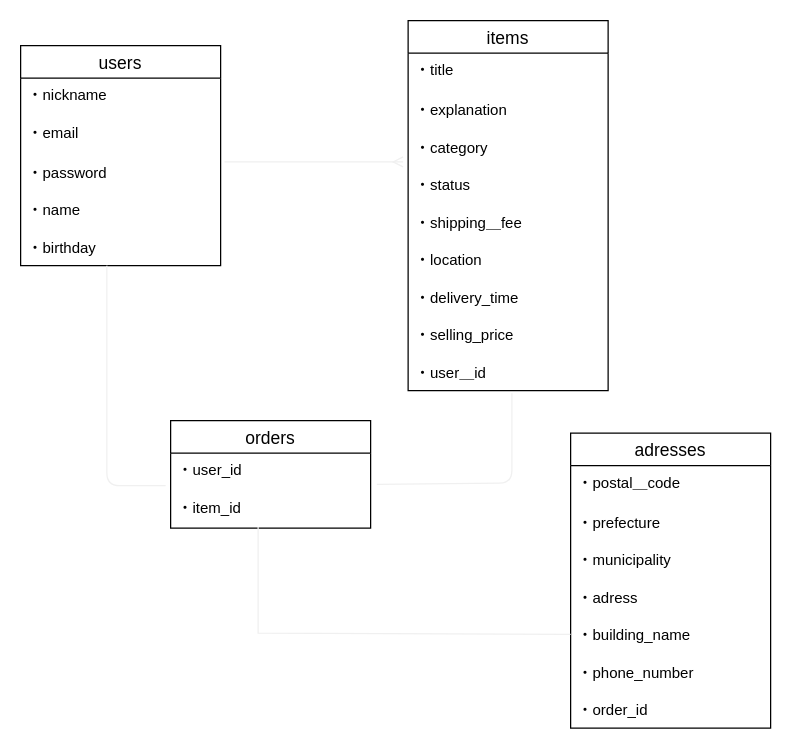
Before: Er.dio in seiyadaiki/furima-31185, a draw.io diagram. Source tidied: cells renumbered, new cells numbered last; positions are measured from the earlier drawing's top-left corner, leaving out a move shared by most shapes. Both pictures are drawn from the tidied source at 125%, with x=0, y=0 at pixel (20, 20).
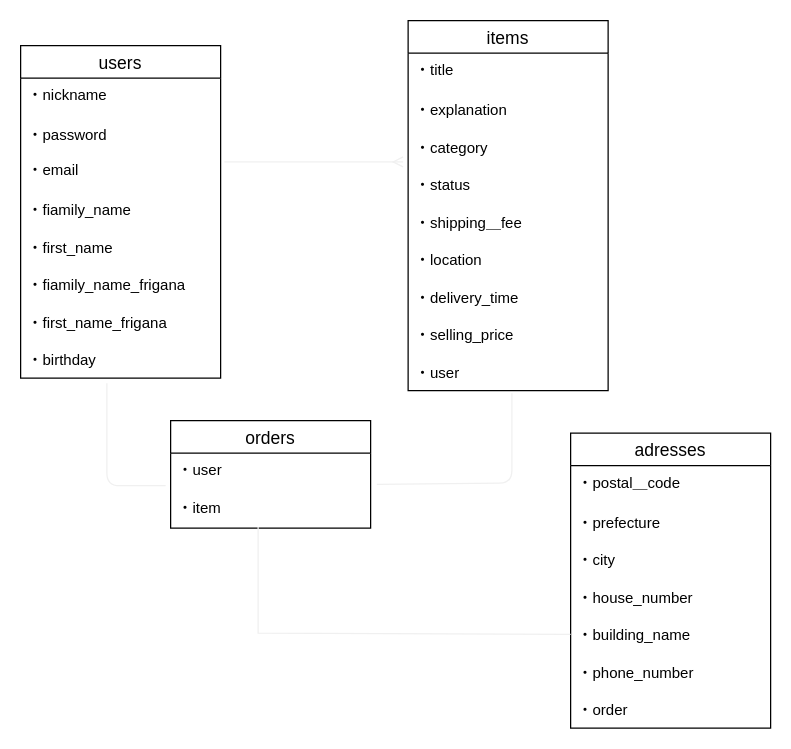
The same diagram, later.

Commit message (it also covers changes not shown here):
データベース設計の修正

Unchanged cells that the change refers to:
```xml
<mxCell id="8" value="items" style="swimlane;fontStyle=0;horizontal=1;startSize=26;align=center;fontSize=14;" parent="1" vertex="1">
  <mxGeometry x="310" width="160" height="296" as="geometry" />
</mxCell>
<mxCell id="11" value="・category" style="text;strokeColor=none;fillColor=none;spacingLeft=4;spacingRight=4;overflow=hidden;points=[[0,0.5],[1,0.5]];portConstraint=eastwest;fontSize=12;verticalAlign=middle;" parent="8" vertex="1">
  <mxGeometry y="86" width="160" height="30" as="geometry" />
</mxCell>
<mxCell id="18" value="orders" style="swimlane;fontStyle=0;horizontal=1;startSize=26;align=center;fontSize=14;" parent="1" vertex="1">
  <mxGeometry x="120" y="320" width="160" height="86" as="geometry" />
</mxCell>
<mxCell id="21" value="adresses" style="swimlane;fontStyle=0;horizontal=1;startSize=26;align=center;fontSize=14;" parent="1" vertex="1">
  <mxGeometry x="440" y="330" width="160" height="236" as="geometry" />
</mxCell>
```

What changed in the source:
```diff
@@
     <mxCell id="2" value="users" style="swimlane;fontStyle=0;horizontal=1;startSize=26;align=center;fontSize=14;" parent="1" vertex="1">
-      <mxGeometry y="20" width="160" height="176" as="geometry" />
+      <mxGeometry y="20" width="160" height="266" as="geometry" />
     </mxCell>
@@
+    <mxCell id="5" value="・password" style="text;strokeColor=none;fillColor=none;spacingLeft=4;spacingRight=4;overflow=hidden;points=[[0,0.5],[1,0.5]];portConstraint=eastwest;fontSize=12;verticalAlign=middle;" parent="2" vertex="1">
+      <mxGeometry y="56" width="160" height="30" as="geometry" />
+    </mxCell>
     <mxCell id="4" value="・email" style="text;strokeColor=none;fillColor=none;spacingLeft=4;spacingRight=4;overflow=hidden;fontSize=12;" parent="2" vertex="1">
-      <mxGeometry y="56" width="160" height="30" as="geometry" />
+      <mxGeometry y="86" width="160" height="30" as="geometry" />
     </mxCell>
-    <mxCell id="5" value="・password" style="text;strokeColor=none;fillColor=none;spacingLeft=4;spacingRight=4;overflow=hidden;points=[[0,0.5],[1,0.5]];portConstraint=eastwest;fontSize=12;verticalAlign=middle;" parent="2" vertex="1">
-      <mxGeometry y="86" width="160" height="30" as="geometry" />
-    </mxCell>
-    <mxCell id="6" value="・name" style="text;strokeColor=none;fillColor=none;spacingLeft=4;spacingRight=4;overflow=hidden;fontSize=12;verticalAlign=middle;" parent="2" vertex="1">
+    <mxCell id="6" value="・fiamily_name" style="text;strokeColor=none;fillColor=none;spacingLeft=4;spacingRight=4;overflow=hidden;fontSize=12;verticalAlign=middle;" parent="2" vertex="1">
       <mxGeometry y="116" width="160" height="30" as="geometry" />
     </mxCell>
-    <mxCell id="7" value="・birthday" style="text;strokeColor=none;fillColor=none;spacingLeft=4;spacingRight=4;overflow=hidden;points=[[0,0.5],[1,0.5]];portConstraint=eastwest;fontSize=12;verticalAlign=middle;" parent="2" vertex="1">
+    <mxCell id="7" value="・first_name" style="text;strokeColor=none;fillColor=none;spacingLeft=4;spacingRight=4;overflow=hidden;points=[[0,0.5],[1,0.5]];portConstraint=eastwest;fontSize=12;verticalAlign=middle;" parent="2" vertex="1">
       <mxGeometry y="146" width="160" height="30" as="geometry" />
     </mxCell>
+    <mxCell id="33" value="・fiamily_name_frigana" style="text;strokeColor=none;fillColor=none;spacingLeft=4;spacingRight=4;overflow=hidden;fontSize=12;verticalAlign=middle;" parent="2" vertex="1">
+      <mxGeometry y="176" width="160" height="30" as="geometry" />
+    </mxCell>
+    <mxCell id="34" value="・first_name_frigana" style="text;strokeColor=none;fillColor=none;spacingLeft=4;spacingRight=4;overflow=hidden;fontSize=12;verticalAlign=middle;" parent="2" vertex="1">
+      <mxGeometry y="206" width="160" height="30" as="geometry" />
+    </mxCell>
+    <mxCell id="35" value="・birthday" style="text;strokeColor=none;fillColor=none;spacingLeft=4;spacingRight=4;overflow=hidden;fontSize=12;verticalAlign=middle;" parent="2" vertex="1">
+      <mxGeometry y="236" width="160" height="30" as="geometry" />
+    </mxCell>
@@
-    <mxCell id="17" value="・user＿id" style="text;strokeColor=none;fillColor=none;spacingLeft=4;spacingRight=4;overflow=hidden;points=[[0,0.5],[1,0.5]];portConstraint=eastwest;fontSize=12;verticalAlign=middle;" parent="8" vertex="1">
+    <mxCell id="17" value="・user" style="text;strokeColor=none;fillColor=none;spacingLeft=4;spacingRight=4;overflow=hidden;points=[[0,0.5],[1,0.5]];portConstraint=eastwest;fontSize=12;verticalAlign=middle;" parent="8" vertex="1">
       <mxGeometry y="266" width="160" height="30" as="geometry" />
     </mxCell>
@@
-    <mxCell id="19" value="・user_id" style="text;strokeColor=none;fillColor=none;spacingLeft=4;spacingRight=4;overflow=hidden;points=[[0,0.5],[1,0.5]];portConstraint=eastwest;fontSize=12;" parent="18" vertex="1">
+    <mxCell id="19" value="・user" style="text;strokeColor=none;fillColor=none;spacingLeft=4;spacingRight=4;overflow=hidden;points=[[0,0.5],[1,0.5]];portConstraint=eastwest;fontSize=12;" parent="18" vertex="1">
       <mxGeometry y="26" width="160" height="30" as="geometry" />
     </mxCell>
-    <mxCell id="20" value="・item_id" style="text;strokeColor=none;fillColor=none;spacingLeft=4;spacingRight=4;overflow=hidden;fontSize=12;" parent="18" vertex="1">
+    <mxCell id="20" value="・item" style="text;strokeColor=none;fillColor=none;spacingLeft=4;spacingRight=4;overflow=hidden;fontSize=12;" parent="18" vertex="1">
       <mxGeometry y="56" width="160" height="30" as="geometry" />
     </mxCell>
@@
-    <mxCell id="24" value="・municipality" style="text;strokeColor=none;fillColor=none;spacingLeft=4;spacingRight=4;overflow=hidden;fontSize=12;verticalAlign=middle;" parent="21" vertex="1">
+    <mxCell id="24" value="・city" style="text;strokeColor=none;fillColor=none;spacingLeft=4;spacingRight=4;overflow=hidden;fontSize=12;verticalAlign=middle;" parent="21" vertex="1">
       <mxGeometry y="86" width="160" height="30" as="geometry" />
     </mxCell>
-    <mxCell id="25" value="・adress" style="text;strokeColor=none;fillColor=none;spacingLeft=4;spacingRight=4;overflow=hidden;fontSize=12;verticalAlign=middle;" parent="21" vertex="1">
+    <mxCell id="25" value="・house_number" style="text;strokeColor=none;fillColor=none;spacingLeft=4;spacingRight=4;overflow=hidden;fontSize=12;verticalAlign=middle;" parent="21" vertex="1">
       <mxGeometry y="116" width="160" height="30" as="geometry" />
     </mxCell>
@@
-    <mxCell id="28" value="・order_id" style="text;strokeColor=none;fillColor=none;spacingLeft=4;spacingRight=4;overflow=hidden;fontSize=12;verticalAlign=middle;" parent="21" vertex="1">
+    <mxCell id="28" value="・order" style="text;strokeColor=none;fillColor=none;spacingLeft=4;spacingRight=4;overflow=hidden;fontSize=12;verticalAlign=middle;" parent="21" vertex="1">
       <mxGeometry y="206" width="160" height="30" as="geometry" />
     </mxCell>
-    <mxCell id="29" style="edgeStyle=entityRelationEdgeStyle;fontSize=12;html=1;endArrow=ERmany;strokeColor=#f0f0f0;strokeWidth=1;exitX=1.019;exitY=0.233;exitDx=0;exitDy=0;exitPerimeter=0;entryX=-0.025;entryY=0.9;entryDx=0;entryDy=0;entryPerimeter=0;" parent="1" edge="1" source="5" target="11">
-      <mxGeometry relative="1" as="geometry" />
+    <mxCell id="29" style="edgeStyle=entityRelationEdgeStyle;fontSize=12;html=1;endArrow=ERmany;strokeColor=#f0f0f0;strokeWidth=1;entryX=-0.025;entryY=0.9;entryDx=0;entryDy=0;entryPerimeter=0;" parent="1" edge="1" target="11">
+      <mxGeometry relative="1" as="geometry">
+        <mxPoint x="163" y="113" as="sourcePoint" />
+      </mxGeometry>
     </mxCell>
-    <mxCell id="30" style="fontSize=12;html=1;endArrow=none;strokeColor=#f0f0f0;strokeWidth=1;exitX=0.431;exitY=1;exitDx=0;exitDy=0;exitPerimeter=0;endFill=0;" parent="1" edge="1" source="7">
+    <mxCell id="30" style="fontSize=12;html=1;endArrow=none;strokeColor=#f0f0f0;strokeWidth=1;endFill=0;" parent="1" edge="1">
       <mxGeometry relative="1" as="geometry">
+        <mxPoint x="69" y="290" as="sourcePoint" />
         <mxPoint x="116" y="372" as="targetPoint" />
         <Array as="points">
           <mxPoint x="69" y="372" />
         </Array>
       </mxGeometry>
     </mxCell>
```
